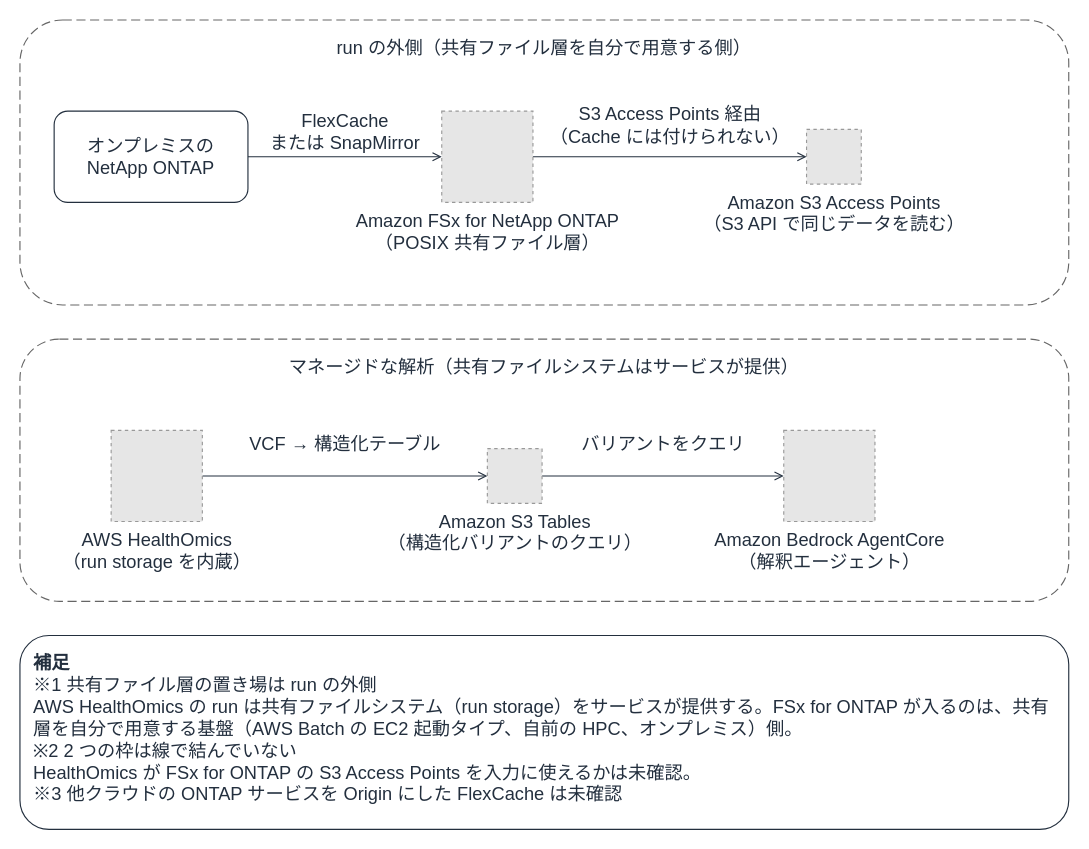
The draw.io diagram docs/_assets/diagrams/genomics-hpc-data-layers.drawio in Yoshiki0705/FSx-for-ONTAP-Adoption-Playbook, before the edit. Source tidied: cells renumbered, new cells numbered last; positions are measured from the earlier drawing's top-left corner, leaving out a move shared by most shapes. Both pictures are drawn from the tidied source at 114%, with x=0, y=0 at pixel (19, 19). Pictures stored in the file or linked from it are replaced by grey dashed boxes.
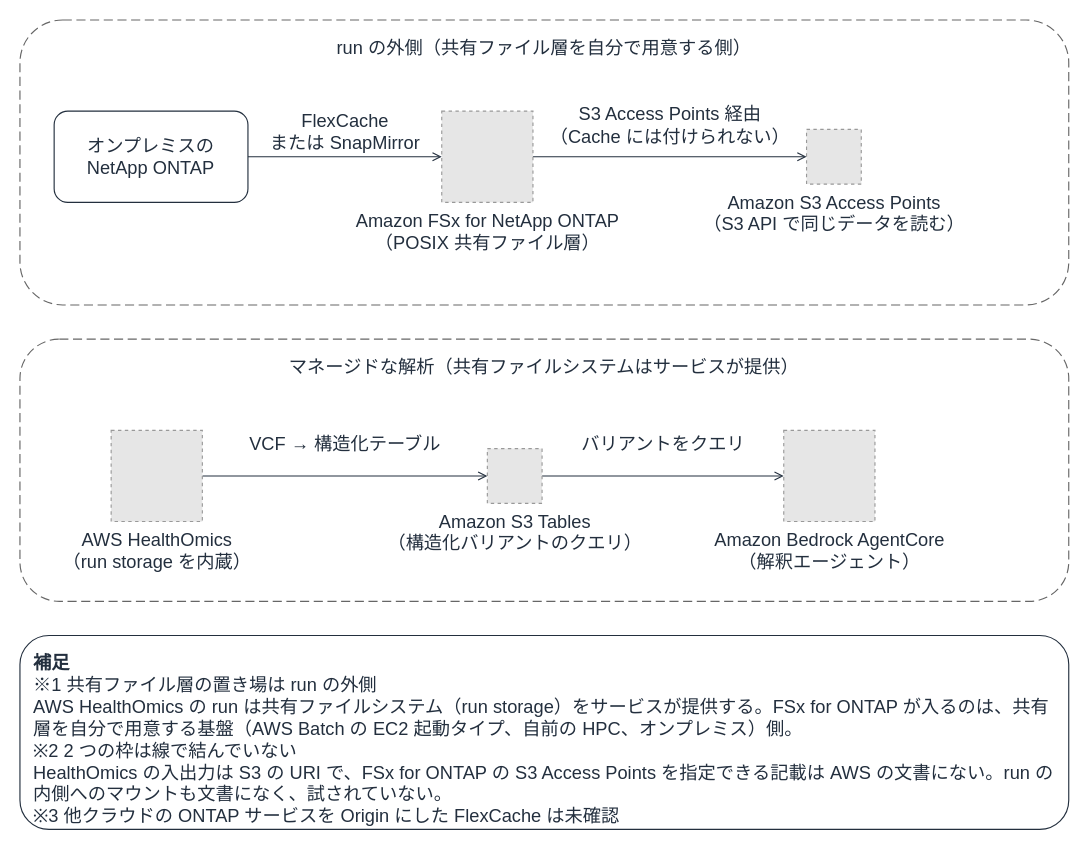
After the change.

What changed in the source:
```diff
@@
 <mxGraphModel background="#FFFFFF">
   <root>
     <mxCell id="0" />
     <mxCell id="1" parent="0" />
     <mxCell id="2" value="FlexCache&lt;br&gt;または SnapMirror" style="edgeStyle=orthogonalEdgeStyle;rounded=0;html=1;endArrow=open;endFill=0;strokeColor=#232F3E;strokeWidth=1;fontSize=16;fontColor=#232F3E;labelBackgroundColor=#FFFFFF;exitX=1.0;exitY=0.5;exitDx=0;exitDy=0;entryX=0.0;entryY=0.5;entryDx=0;entryDy=0;" parent="1" edge="1" source="8" target="10">
       <mxGeometry relative="1" as="geometry">
         <mxPoint y="-22" as="offset" />
       </mxGeometry>
     </mxCell>
     <mxCell id="3" value="S3 Access Points 経由&lt;br&gt;（Cache には付けられない）" style="edgeStyle=orthogonalEdgeStyle;rounded=0;html=1;endArrow=open;endFill=0;strokeColor=#232F3E;strokeWidth=1;fontSize=16;fontColor=#232F3E;labelBackgroundColor=#FFFFFF;exitX=1.0;exitY=0.5;exitDx=0;exitDy=0;entryX=0.0;entryY=0.5;entryDx=0;entryDy=0;" parent="1" edge="1" source="10" target="11">
       <mxGeometry relative="1" as="geometry">
         <mxPoint y="-28" as="offset" />
       </mxGeometry>
     </mxCell>
     <mxCell id="4" value="VCF → 構造化テーブル" style="edgeStyle=orthogonalEdgeStyle;rounded=0;html=1;endArrow=open;endFill=0;strokeColor=#232F3E;strokeWidth=1;fontSize=16;fontColor=#232F3E;labelBackgroundColor=#FFFFFF;exitX=1.0;exitY=0.5;exitDx=0;exitDy=0;entryX=0.0;entryY=0.5;entryDx=0;entryDy=0;" parent="1" edge="1" source="12" target="13">
       <mxGeometry relative="1" as="geometry">
         <mxPoint y="-28" as="offset" />
       </mxGeometry>
     </mxCell>
     <mxCell id="5" value="バリアントをクエリ" style="edgeStyle=orthogonalEdgeStyle;rounded=0;html=1;endArrow=open;endFill=0;strokeColor=#232F3E;strokeWidth=1;fontSize=16;fontColor=#232F3E;labelBackgroundColor=#FFFFFF;exitX=1.0;exitY=0.5;exitDx=0;exitDy=0;entryX=0.0;entryY=0.5;entryDx=0;entryDy=0;" parent="1" edge="1" source="13" target="14">
       <mxGeometry relative="1" as="geometry">
         <mxPoint y="-28" as="offset" />
       </mxGeometry>
     </mxCell>
     <mxCell id="6" value="run の外側（共有ファイル層を自分で用意する側）" style="rounded=1;whiteSpace=wrap;html=1;dashed=1;dashPattern=8 4;strokeColor=#666666;fillColor=none;fontColor=#232F3E;fontSize=16;verticalAlign=top;align=center;spacingTop=8;" parent="1" vertex="1">
       <mxGeometry width="920" height="250" as="geometry" />
     </mxCell>
     <mxCell id="7" value="マネージドな解析（共有ファイルシステムはサービスが提供）" style="rounded=1;whiteSpace=wrap;html=1;dashed=1;dashPattern=8 4;strokeColor=#666666;fillColor=none;fontColor=#232F3E;fontSize=16;verticalAlign=top;align=center;spacingTop=8;" parent="1" vertex="1">
       <mxGeometry y="280" width="920" height="230" as="geometry" />
     </mxCell>
     <mxCell id="8" value="オンプレミスの&lt;br&gt;NetApp ONTAP" style="rounded=1;whiteSpace=wrap;html=1;strokeColor=#232F3E;fillColor=none;fontColor=#232F3E;fontSize=16;verticalAlign=middle;align=center;" parent="1" vertex="1">
       <mxGeometry x="30" y="80" width="170" height="80" as="geometry" />
     </mxCell>
-    <mxCell id="9" value="&lt;b&gt;補足&lt;/b&gt;&lt;br&gt;※1 共有ファイル層の置き場は run の外側&lt;br&gt;AWS HealthOmics の run は共有ファイルシステム（run storage）をサービスが提供する。FSx for ONTAP が入るのは、共有層を自分で用意する基盤（AWS Batch の EC2 起動タイプ、自前の HPC、オンプレミス）側。&lt;br&gt;※2 2 つの枠は線で結んでいない&lt;br&gt;HealthOmics が FSx for ONTAP の S3 Access Points を入力に使えるかは未確認。&lt;br&gt;※3 他クラウドの ONTAP サービスを Origin にした FlexCache は未確認" style="rounded=1;whiteSpace=wrap;html=1;strokeColor=#232F3E;fillColor=none;fontColor=#232F3E;fontSize=16;verticalAlign=top;align=left;spacingLeft=10;spacingRight=10;spacingTop=8;" parent="1" vertex="1">
+    <mxCell id="9" value="&lt;b&gt;補足&lt;/b&gt;&lt;br&gt;※1 共有ファイル層の置き場は run の外側&lt;br&gt;AWS HealthOmics の run は共有ファイルシステム（run storage）をサービスが提供する。FSx for ONTAP が入るのは、共有層を自分で用意する基盤（AWS Batch の EC2 起動タイプ、自前の HPC、オンプレミス）側。&lt;br&gt;※2 2 つの枠は線で結んでいない&lt;br&gt;HealthOmics の入出力は S3 の URI で、FSx for ONTAP の S3 Access Points を指定できる記載は AWS の文書にない。run の内側へのマウントも文書になく、試されていない。&lt;br&gt;※3 他クラウドの ONTAP サービスを Origin にした FlexCache は未確認" style="rounded=1;whiteSpace=wrap;html=1;strokeColor=#232F3E;fillColor=none;fontColor=#232F3E;fontSize=16;verticalAlign=top;align=left;spacingLeft=10;spacingRight=10;spacingTop=8;" parent="1" vertex="1">
       <mxGeometry y="540" width="920" height="170" as="geometry" />
     </mxCell>
     <mxCell id="10" value="Amazon FSx for NetApp ONTAP&lt;br&gt;（POSIX 共有ファイル層）" style="fillColor=#E6E6E6;strokeColor=#999999;dashed=1;html=1;verticalLabelPosition=bottom;verticalAlign=top;labelPosition=center;align=center;fontSize=16;fontColor=#232F3E;" parent="1" vertex="1">
       <mxGeometry x="370" y="80" width="80" height="80" as="geometry" />
     </mxCell>
     <mxCell id="11" value="Amazon S3 Access Points&lt;br&gt;（S3 API で同じデータを読む）" style="fillColor=#E6E6E6;strokeColor=#999999;dashed=1;html=1;verticalLabelPosition=bottom;verticalAlign=top;labelPosition=center;align=center;fontSize=16;fontColor=#232F3E;" parent="1" vertex="1">
       <mxGeometry x="690" y="96" width="48" height="48" as="geometry" />
     </mxCell>
     <mxCell id="12" value="AWS HealthOmics&lt;br&gt;（run storage を内蔵）" style="fillColor=#E6E6E6;strokeColor=#999999;dashed=1;html=1;verticalLabelPosition=bottom;verticalAlign=top;labelPosition=center;align=center;fontSize=16;fontColor=#232F3E;" parent="1" vertex="1">
       <mxGeometry x="80" y="360" width="80" height="80" as="geometry" />
     </mxCell>
     <mxCell id="13" value="Amazon S3 Tables&lt;br&gt;（構造化バリアントのクエリ）" style="fillColor=#E6E6E6;strokeColor=#999999;dashed=1;html=1;verticalLabelPosition=bottom;verticalAlign=top;labelPosition=center;align=center;fontSize=16;fontColor=#232F3E;" parent="1" vertex="1">
       <mxGeometry x="410" y="376" width="48" height="48" as="geometry" />
     </mxCell>
     <mxCell id="14" value="Amazon Bedrock AgentCore&lt;br&gt;（解釈エージェント）" style="fillColor=#E6E6E6;strokeColor=#999999;dashed=1;html=1;verticalLabelPosition=bottom;verticalAlign=top;labelPosition=center;align=center;fontSize=16;fontColor=#232F3E;" parent="1" vertex="1">
       <mxGeometry x="670" y="360" width="80" height="80" as="geometry" />
     </mxCell>
   </root>
 </mxGraphModel>
```
